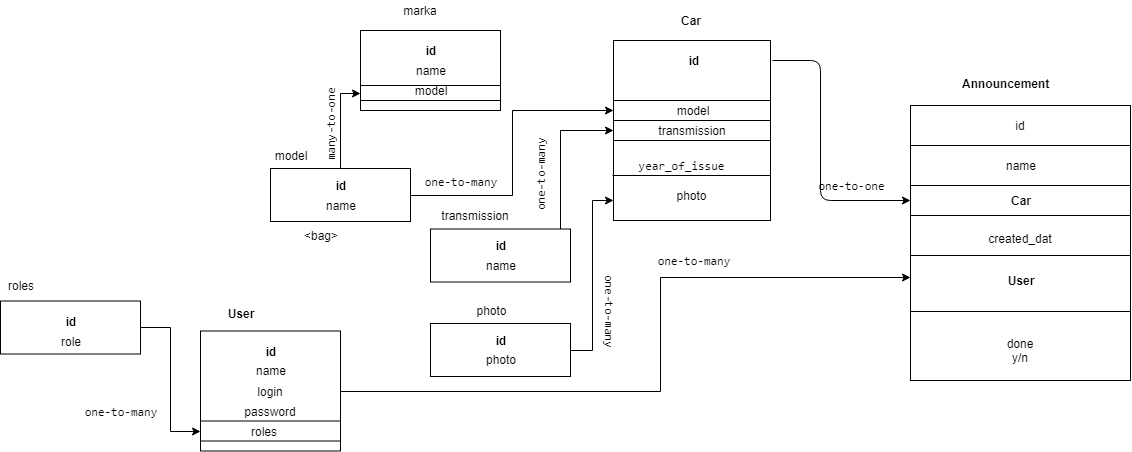
This is db/Avito-Shema.png from AlexandrKaleganov/HibernateSpring, a draw.io export, as it was before one commit. Source tidied: cells renumbered, new cells last; positions are measured from the earlier drawing's top-left corner, leaving out a move shared by most shapes.
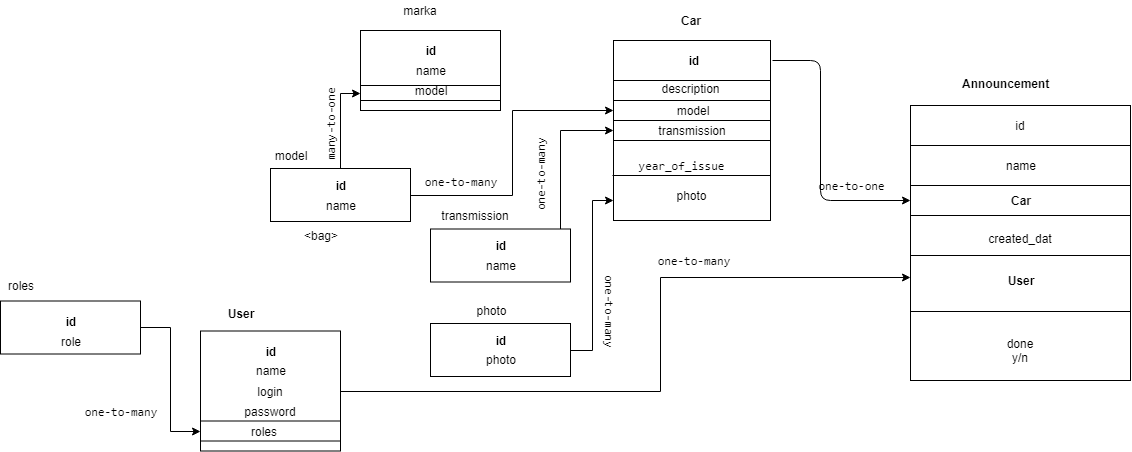
After the commit.

Commit message:
Изменена схема, исправлены тесты, сделан первый вариант списка объявлений

Diff of the diagram source:
```diff
@@ -219,5 +219,11 @@
     <mxCell id="68" value="&lt;b&gt;Car&lt;/b&gt;" style="text;html=1;strokeColor=none;fillColor=none;align=center;verticalAlign=middle;whiteSpace=wrap;rounded=0;" parent="1" vertex="1">
       <mxGeometry x="670" y="10" width="40" height="20" as="geometry" />
     </mxCell>
+    <mxCell id="69" style="rounded=0;whiteSpace=wrap;html=1;" parent="1" vertex="1">
+      <mxGeometry x="613" y="80" width="157" height="20" as="geometry" />
+    </mxCell>
+    <mxCell id="70" value="description" style="text;html=1;strokeColor=none;fillColor=none;align=center;verticalAlign=middle;whiteSpace=wrap;rounded=0;" parent="1" vertex="1">
+      <mxGeometry x="670" y="75" width="40" height="25" as="geometry" />
+    </mxCell>
   </root>
 </mxGraphModel>
```
